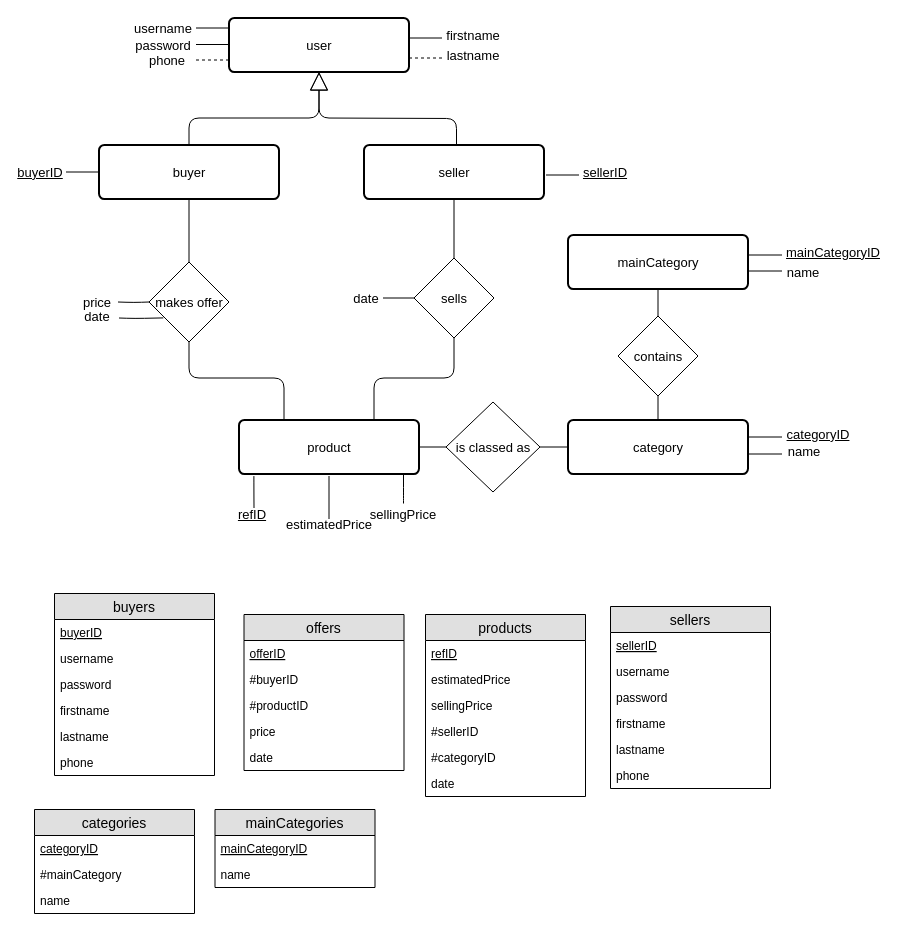
This is modeleEA.drawio from JonathanCaspar/Database-Project, a draw.io file, before an edit. Source tidied: cells renumbered, new cells numbered last; positions are measured from the earlier drawing's top-left corner, leaving out a move shared by most shapes. Both pictures are drawn from the tidied source at 100%, with x=0, y=0 at pixel (19, 17).
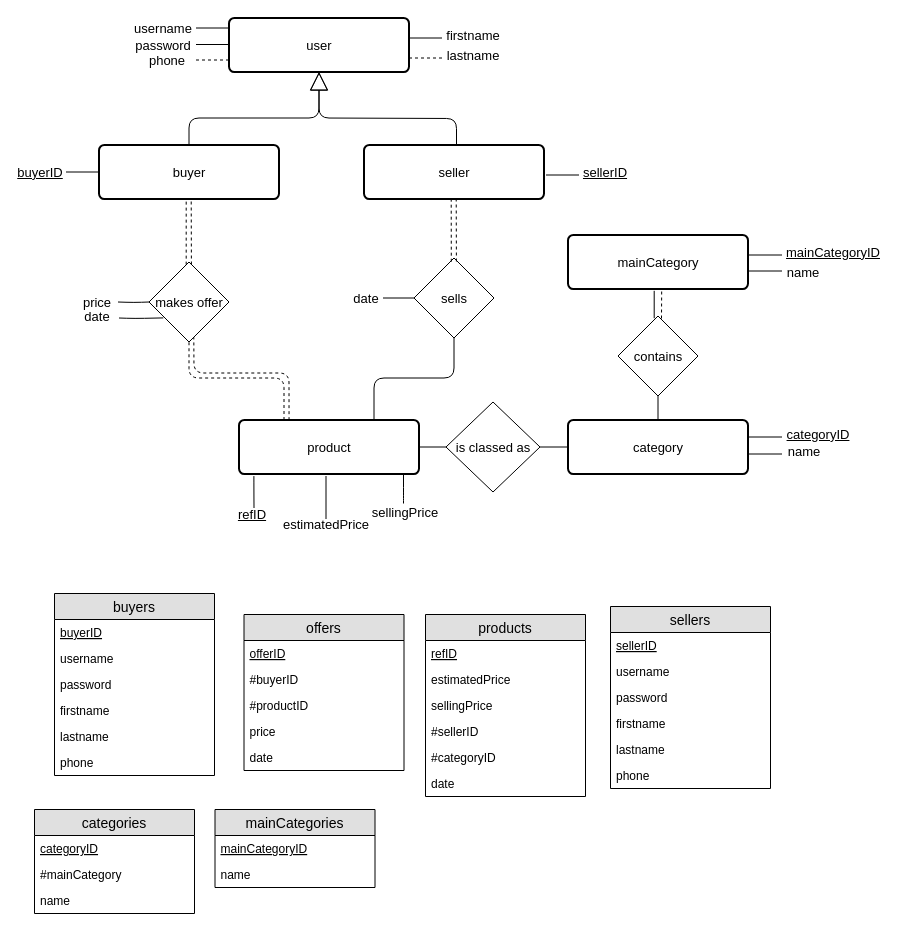
The same diagram, later.

The change refers to these unchanged cells:
```xml
<mxCell id="36" value="buyer" style="strokeWidth=2;rounded=1;arcSize=10;whiteSpace=wrap;html=1;align=center;fontSize=13;" parent="1" vertex="1">
  <mxGeometry x="79.5" y="127.5" width="180" height="54" as="geometry" />
</mxCell>
<mxCell id="37" value="seller" style="strokeWidth=2;rounded=1;arcSize=10;whiteSpace=wrap;html=1;align=center;fontSize=13;" parent="1" vertex="1">
  <mxGeometry x="344.5" y="127.5" width="180" height="54" as="geometry" />
</mxCell>
<mxCell id="38" value="product&lt;br style=&quot;font-size: 13px;&quot;&gt;" style="strokeWidth=2;rounded=1;arcSize=10;whiteSpace=wrap;html=1;align=center;fontSize=13;" parent="1" vertex="1">
  <mxGeometry x="219.5" y="402.5" width="180" height="54" as="geometry" />
</mxCell>
<mxCell id="40" value="mainCategory&lt;br style=&quot;font-size: 13px;&quot;&gt;" style="strokeWidth=2;rounded=1;arcSize=10;whiteSpace=wrap;html=1;align=center;fontSize=13;" parent="1" vertex="1">
  <mxGeometry x="548.5" y="217.5" width="180" height="54" as="geometry" />
</mxCell>
<mxCell id="58" value="makes offer" style="rhombus;whiteSpace=wrap;html=1;fontSize=13;fontColor=none;" parent="1" vertex="1">
  <mxGeometry x="129.5" y="244.5" width="80" height="80" as="geometry" />
</mxCell>
<mxCell id="60" value="sells" style="rhombus;whiteSpace=wrap;html=1;fontSize=13;fontColor=none;" parent="1" vertex="1">
  <mxGeometry x="394.5" y="240.5" width="80" height="80" as="geometry" />
</mxCell>
<mxCell id="61" value="contains" style="rhombus;whiteSpace=wrap;html=1;fontSize=13;fontColor=none;" parent="1" vertex="1">
  <mxGeometry x="598.5" y="298.5" width="80" height="80" as="geometry" />
</mxCell>
```

The edit, as a diff of the source:
```diff
@@
-    <mxCell id="62" style="endArrow=none;html=1;fontSize=13;fontColor=none;entryX=0.5;entryY=1;entryDx=0;entryDy=0;exitX=0.5;exitY=0;exitDx=0;exitDy=0;" parent="1" edge="1" source="58" target="36">
-      <mxGeometry relative="1" as="geometry" />
+    <mxCell id="62" style="endArrow=none;html=1;fontSize=13;fontColor=none;exitX=0.465;exitY=0.033;exitDx=0;exitDy=0;exitPerimeter=0;dashed=1;" parent="1" edge="1" source="58">
+      <mxGeometry relative="1" as="geometry">
+        <mxPoint x="166.7" y="181.5" as="targetPoint" />
+      </mxGeometry>
     </mxCell>
-    <mxCell id="63" style="endArrow=none;html=1;fontSize=13;fontColor=none;exitX=0.25;exitY=0;exitDx=0;exitDy=0;entryX=0.5;entryY=1;entryDx=0;entryDy=0;" parent="1" edge="1" source="38" target="58">
+    <mxCell id="63" style="endArrow=none;html=1;fontSize=13;fontColor=none;exitX=0.25;exitY=0;exitDx=0;exitDy=0;entryX=0.5;entryY=1;entryDx=0;entryDy=0;dashed=1;" parent="1" edge="1" source="38" target="58">
       <mxGeometry relative="1" as="geometry">
         <Array as="points">
           <mxPoint x="264.5" y="360.5" />
           <mxPoint x="169.5" y="360.5" />
         </Array>
       </mxGeometry>
     </mxCell>
-    <mxCell id="64" style="endArrow=none;html=1;fontSize=13;fontColor=none;exitX=0.5;exitY=0;exitDx=0;exitDy=0;entryX=0.5;entryY=1;entryDx=0;entryDy=0;" parent="1" edge="1" source="60" target="37">
-      <mxGeometry relative="1" as="geometry" />
-    </mxCell>
@@
-    <mxCell id="66" style="endArrow=none;html=1;fontSize=13;fontColor=none;entryX=0.5;entryY=1;entryDx=0;entryDy=0;exitX=0.5;exitY=0;exitDx=0;exitDy=0;" parent="1" edge="1" source="61" target="40">
-      <mxGeometry relative="1" as="geometry" />
+    <mxCell id="66" style="endArrow=none;html=1;fontSize=13;fontColor=none;entryX=0.5;entryY=1;entryDx=0;entryDy=0;exitX=0.5;exitY=0;exitDx=0;exitDy=0;" parent="1" edge="1">
+      <mxGeometry relative="1" as="geometry">
+        <mxPoint x="634.7" y="300.7" as="sourcePoint" />
+        <mxPoint x="634.7" y="273.3" as="targetPoint" />
+      </mxGeometry>
     </mxCell>
@@
     <mxCell id="80" style="endArrow=none;html=1;edgeStyle=orthogonalEdgeStyle;fontSize=13;fontColor=none;" parent="1" edge="1">
       <mxGeometry relative="1" as="geometry">
-        <mxPoint x="309.5" y="458.5" as="sourcePoint" />
-        <mxPoint x="309.5" y="501.5" as="targetPoint" />
+        <mxPoint x="306.5" y="458.5" as="sourcePoint" />
+        <mxPoint x="306.5" y="501.5" as="targetPoint" />
         <Array as="points">
-          <mxPoint x="309.5" y="480.5" />
-          <mxPoint x="309.5" y="480.5" />
+          <mxPoint x="306.5" y="480.5" />
+          <mxPoint x="306.5" y="480.5" />
         </Array>
       </mxGeometry>
     </mxCell>
     <mxCell id="81" value="&lt;span style=&quot;font-size: 13px;&quot;&gt;estimatedPrice&lt;/span&gt;" style="text;html=1;strokeColor=none;fillColor=none;align=center;verticalAlign=middle;whiteSpace=wrap;rounded=0;fontSize=13;fontColor=none;fontStyle=0;" parent="1" vertex="1">
-      <mxGeometry x="289.5" y="496.7" width="40" height="20" as="geometry" />
+      <mxGeometry x="286.5" y="496.7" width="40" height="20" as="geometry" />
     </mxCell>
@@
     <mxCell id="83" value="&lt;span style=&quot;font-size: 13px;&quot;&gt;sellingPrice&lt;/span&gt;" style="text;html=1;strokeColor=none;fillColor=none;align=center;verticalAlign=middle;whiteSpace=wrap;rounded=0;fontSize=13;fontColor=none;fontStyle=0;" parent="1" vertex="1">
-      <mxGeometry x="364" y="486.7" width="40" height="20" as="geometry" />
+      <mxGeometry x="366" y="484.7" width="40" height="20" as="geometry" />
     </mxCell>
@@
+    <mxCell id="90" style="endArrow=none;html=1;fontSize=13;fontColor=none;exitX=0.465;exitY=0.033;exitDx=0;exitDy=0;exitPerimeter=0;dashed=1;" parent="1" edge="1">
+      <mxGeometry relative="1" as="geometry">
+        <mxPoint x="171.9" y="247" as="sourcePoint" />
+        <mxPoint x="171.7" y="181.5" as="targetPoint" />
+      </mxGeometry>
+    </mxCell>
+    <mxCell id="91" style="endArrow=none;html=1;fontSize=13;fontColor=none;exitX=0.465;exitY=0.033;exitDx=0;exitDy=0;exitPerimeter=0;dashed=1;" parent="1" edge="1">
+      <mxGeometry relative="1" as="geometry">
+        <mxPoint x="431.8" y="244.2" as="sourcePoint" />
+        <mxPoint x="431.7" y="178.5" as="targetPoint" />
+      </mxGeometry>
+    </mxCell>
+    <mxCell id="92" style="endArrow=none;html=1;fontSize=13;fontColor=none;exitX=0.465;exitY=0.033;exitDx=0;exitDy=0;exitPerimeter=0;dashed=1;" parent="1" edge="1">
+      <mxGeometry relative="1" as="geometry">
+        <mxPoint x="436.9" y="244" as="sourcePoint" />
+        <mxPoint x="436.7" y="178.5" as="targetPoint" />
+      </mxGeometry>
+    </mxCell>
+    <mxCell id="93" style="endArrow=none;html=1;fontSize=13;fontColor=none;entryX=0.5;entryY=1;entryDx=0;entryDy=0;dashed=1;exitX=0.278;exitY=0.003;exitDx=0;exitDy=0;exitPerimeter=0;" parent="1" edge="1" source="38">
+      <mxGeometry relative="1" as="geometry">
+        <mxPoint x="174.3" y="319.7" as="targetPoint" />
+        <Array as="points">
+          <mxPoint x="269.5" y="355.5" />
+          <mxPoint x="174.5" y="355.5" />
+        </Array>
+      </mxGeometry>
+    </mxCell>
+    <mxCell id="94" style="endArrow=none;html=1;fontSize=13;fontColor=none;dashed=1;" parent="1" edge="1">
+      <mxGeometry relative="1" as="geometry">
+        <mxPoint x="642" y="301" as="sourcePoint" />
+        <mxPoint x="642.2" y="271.5" as="targetPoint" />
+      </mxGeometry>
+    </mxCell>
```
